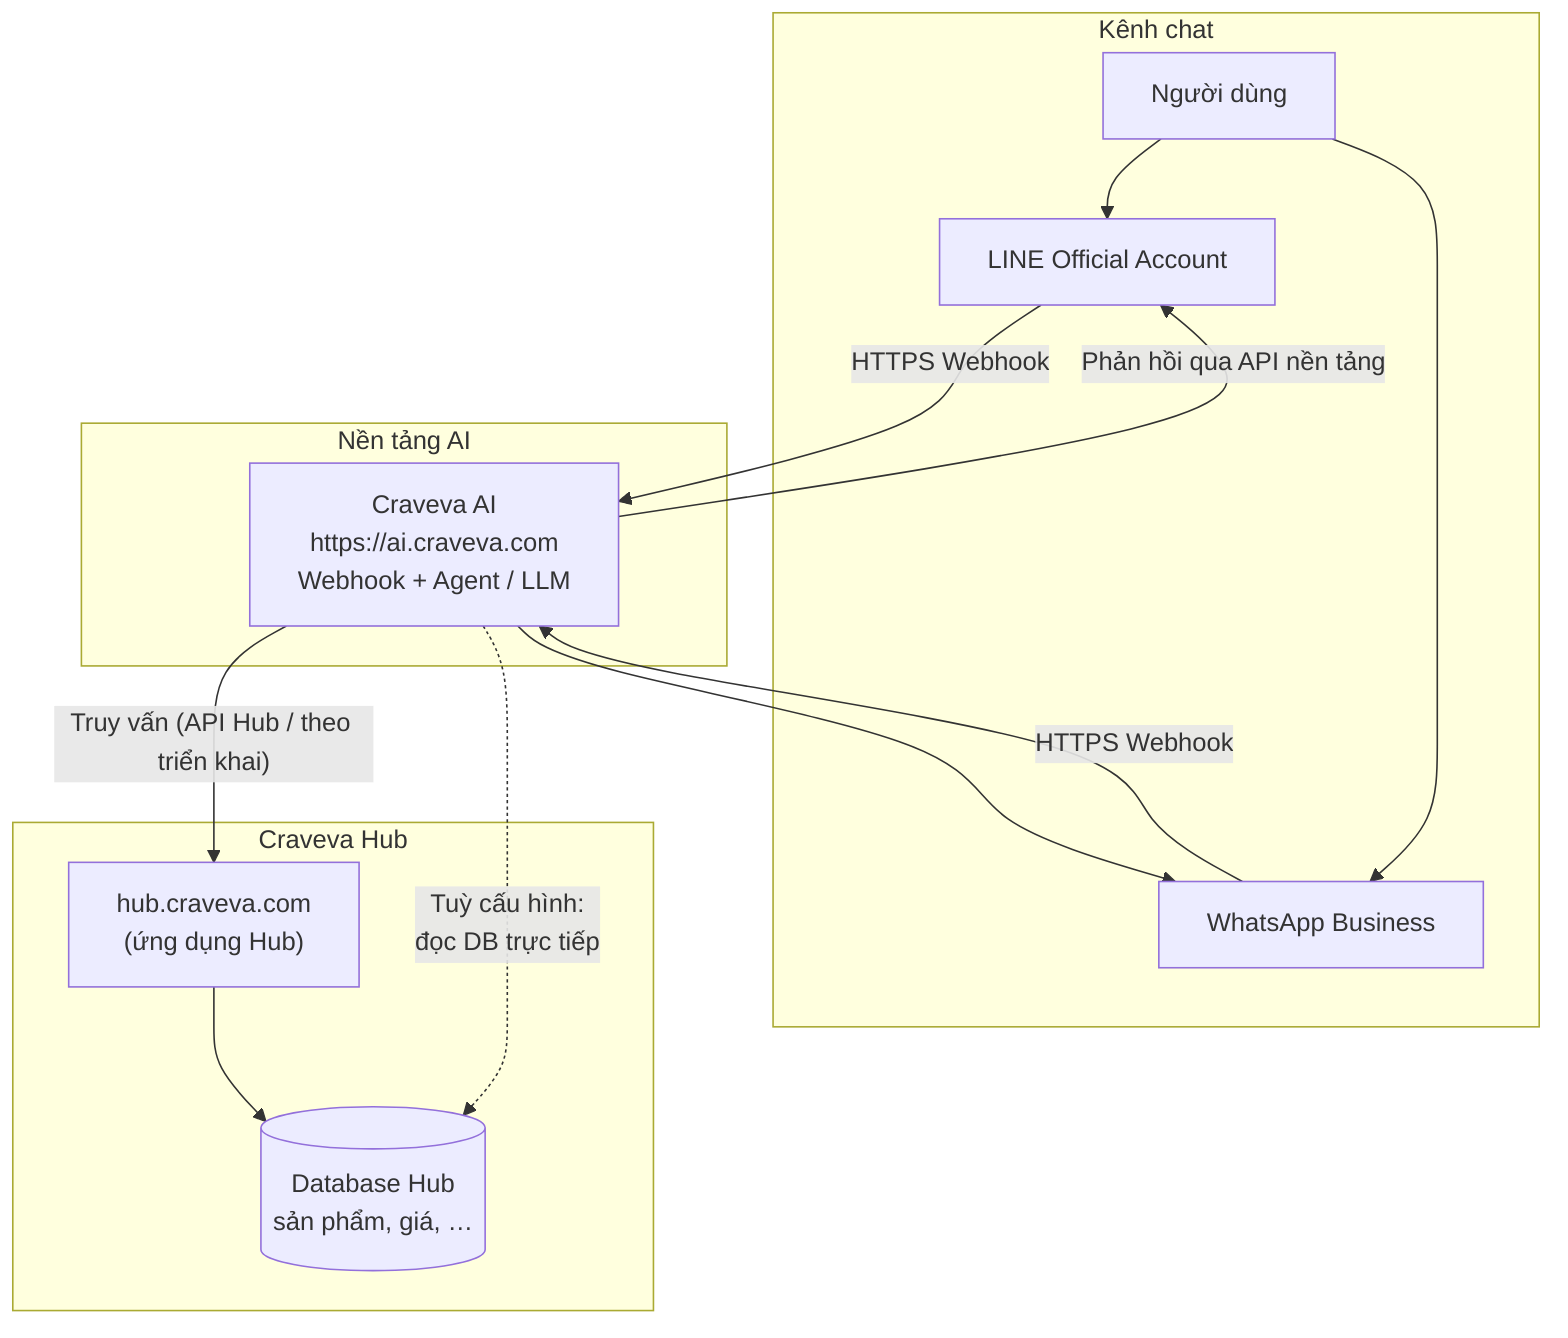
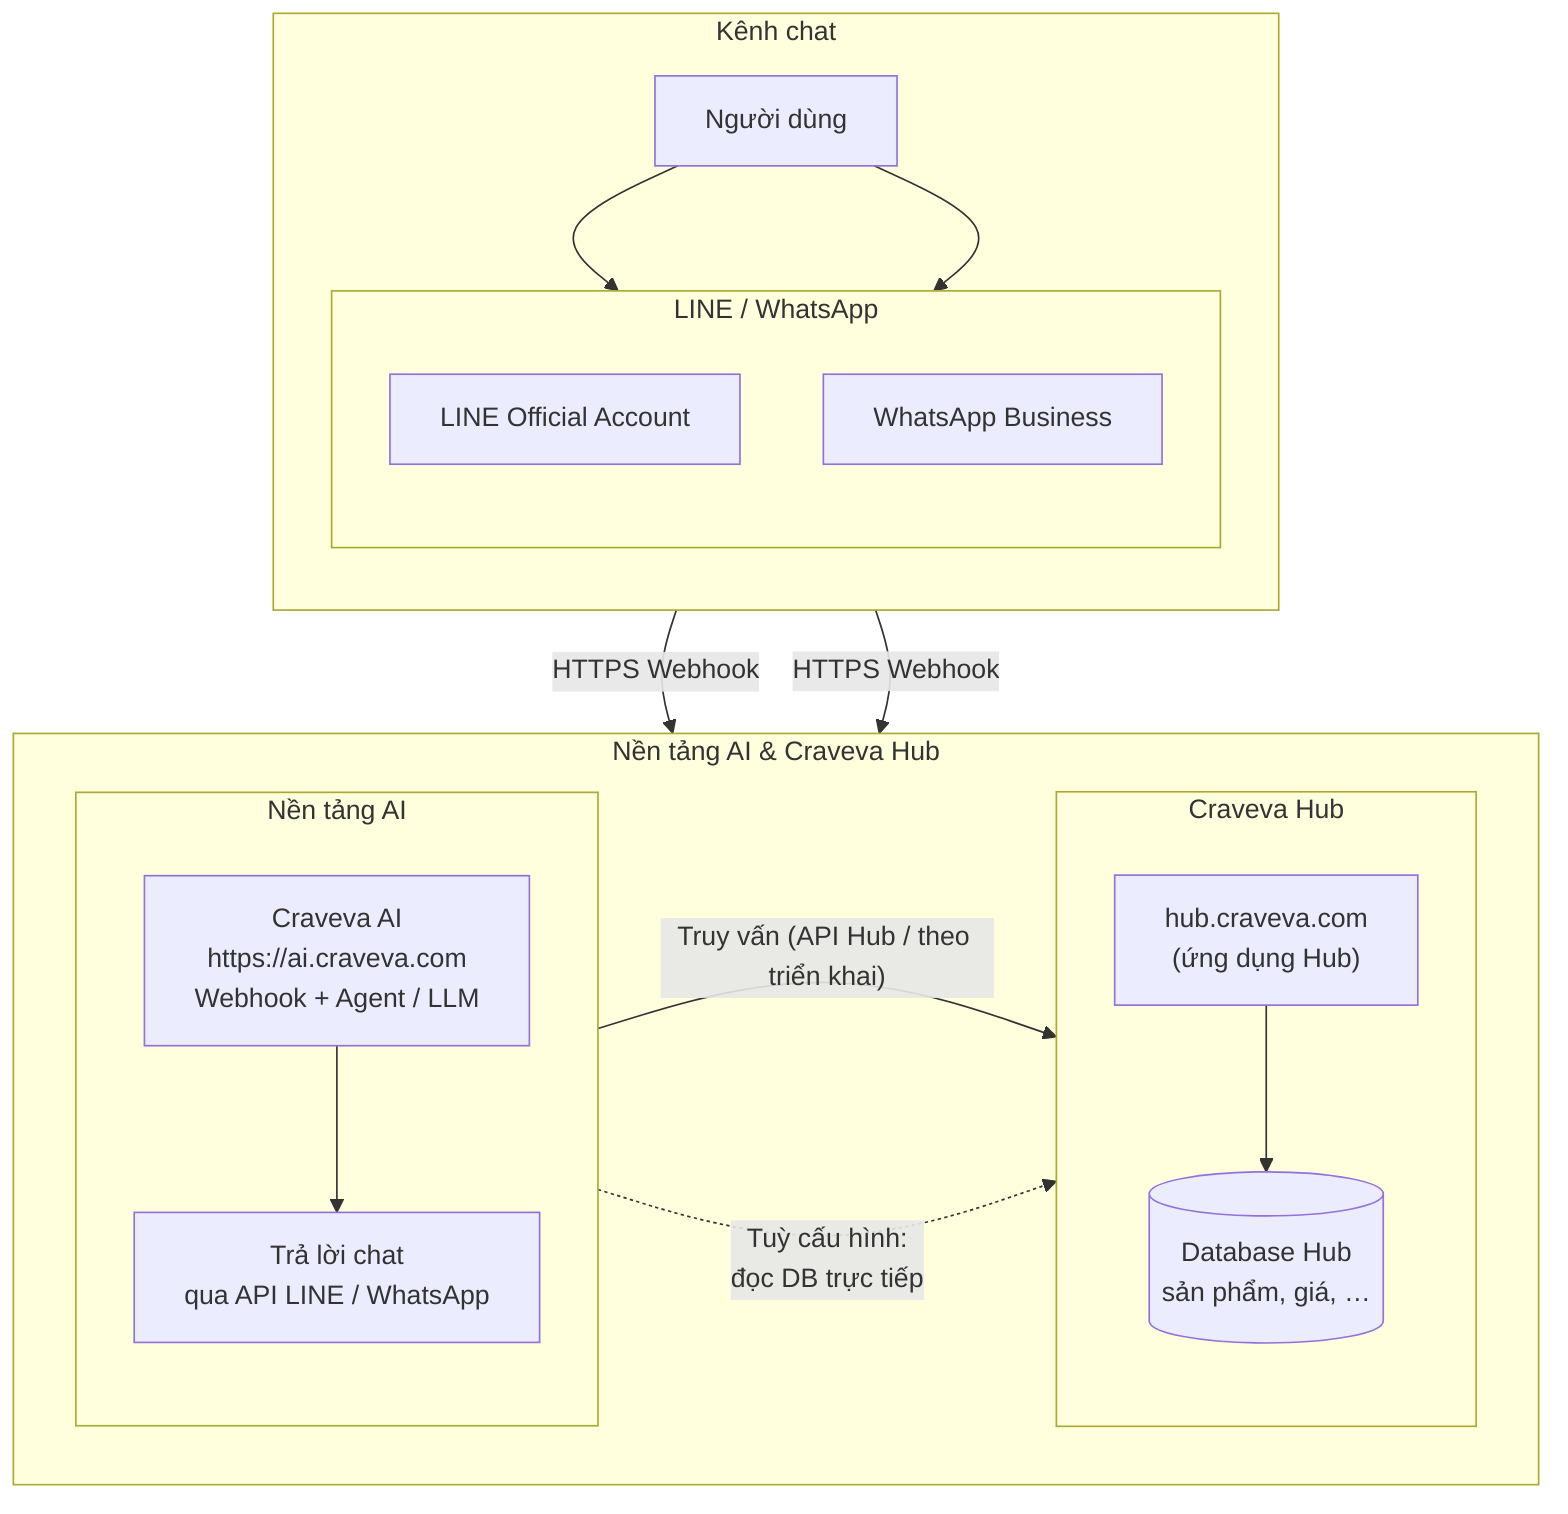
%% Craveva: LINE / WhatsApp → AI (ai.craveva.com) → Hub (hub.craveva.com)
+ %% TB + Kênh chat khai báo trước => luôn phía TRÊN.
+ %% Không vẽ cạnh AI → LINE/WA (tạo vòng: Dagre có thể đảo cụm chat xuống dưới).
+ %% Chiều trả lời: AI → ô "Messaging APIs"; chi tiết 2 chiều xem §2 sequence trong HTML.
%% Xem: line_whatsapp_ai_hub_architecture.html

flowchart TB
    subgraph channels["Kênh chat"]
+         direction TB
        U["Người dùng"]
-         LINE["LINE Official Account"]
-         WA["WhatsApp Business"]
+         subgraph messaging["LINE / WhatsApp"]
+             direction TB
+             LINE["LINE Official Account"]
+             WA["WhatsApp Business"]
+         end
+         U --> LINE
+         U --> WA
    end

-     subgraph ai_layer["Nền tảng AI"]
-         AI["Craveva AI\nhttps://ai.craveva.com\nWebhook + Agent / LLM"]
+     subgraph systems["Nền tảng AI & Craveva Hub"]
+         direction LR
+         subgraph ai_layer["Nền tảng AI"]
+             direction TB
+             AI["Craveva AI\nhttps://ai.craveva.com\nWebhook + Agent / LLM"]
+             OUT["Trả lời chat\nqua API LINE / WhatsApp"]
+             AI --> OUT
+         end
+         subgraph hub_layer["Craveva Hub"]
+             direction TB
+             HUB["hub.craveva.com\n(ứng dụng Hub)"]
+             DB[("Database Hub\nsản phẩm, giá, …")]
+             HUB --> DB
+         end
+         AI -->|"Truy vấn (API Hub / theo triển khai)"| HUB
+         AI -.->|"Tuỳ cấu hình:\nđọc DB trực tiếp"| DB
    end

-     subgraph hub_layer["Craveva Hub"]
-         HUB["hub.craveva.com\n(ứng dụng Hub)"]
-         DB[("Database Hub\nsản phẩm, giá, …")]
-         HUB --> DB
-     end
- 
-     U --> LINE
-     U --> WA
    LINE -->|"HTTPS Webhook"| AI
    WA -->|"HTTPS Webhook"| AI
-     AI -->|"Truy vấn (API Hub / theo triển khai)"| HUB
-     AI -.->|"Tuỳ cấu hình:\nđọc DB trực tiếp"| DB
-     AI -->|"Phản hồi qua API nền tảng"| LINE
-     AI --> WA
